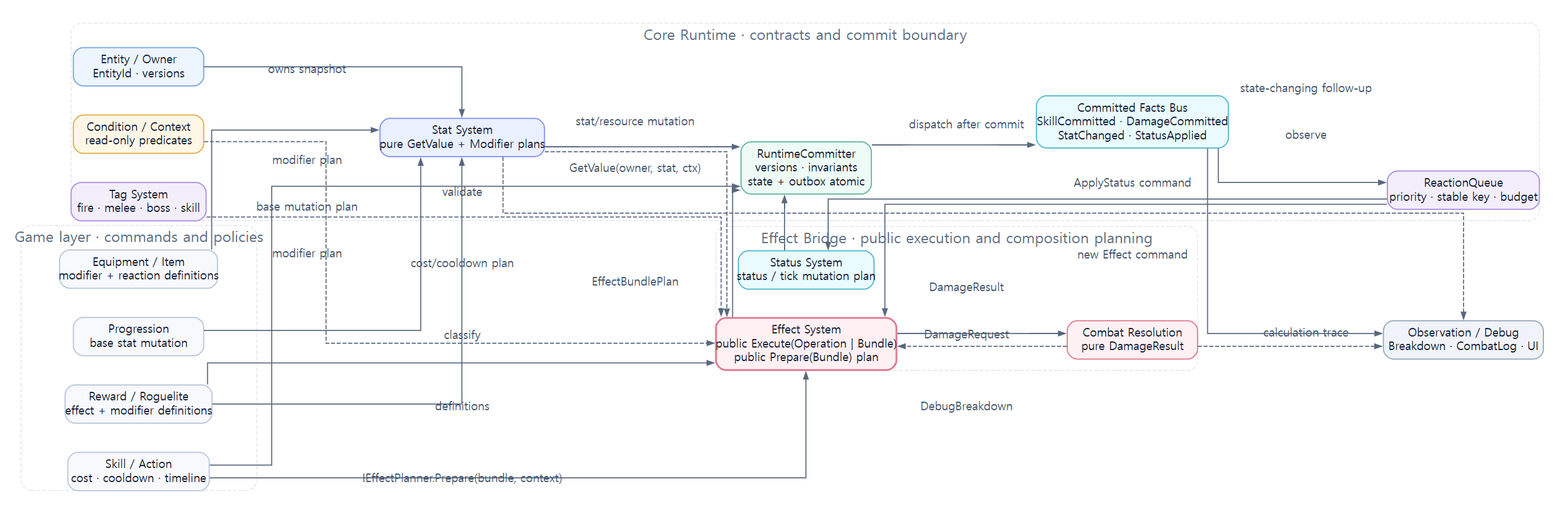
Earlier version of the Graphviz export assets/diagrams/08_stat_effect_system_map.png (JY-LemongO/game-system-framework-knowledge-site). Its source is kept beside it as source/diagrams/08_stat_effect_system_map.dot.
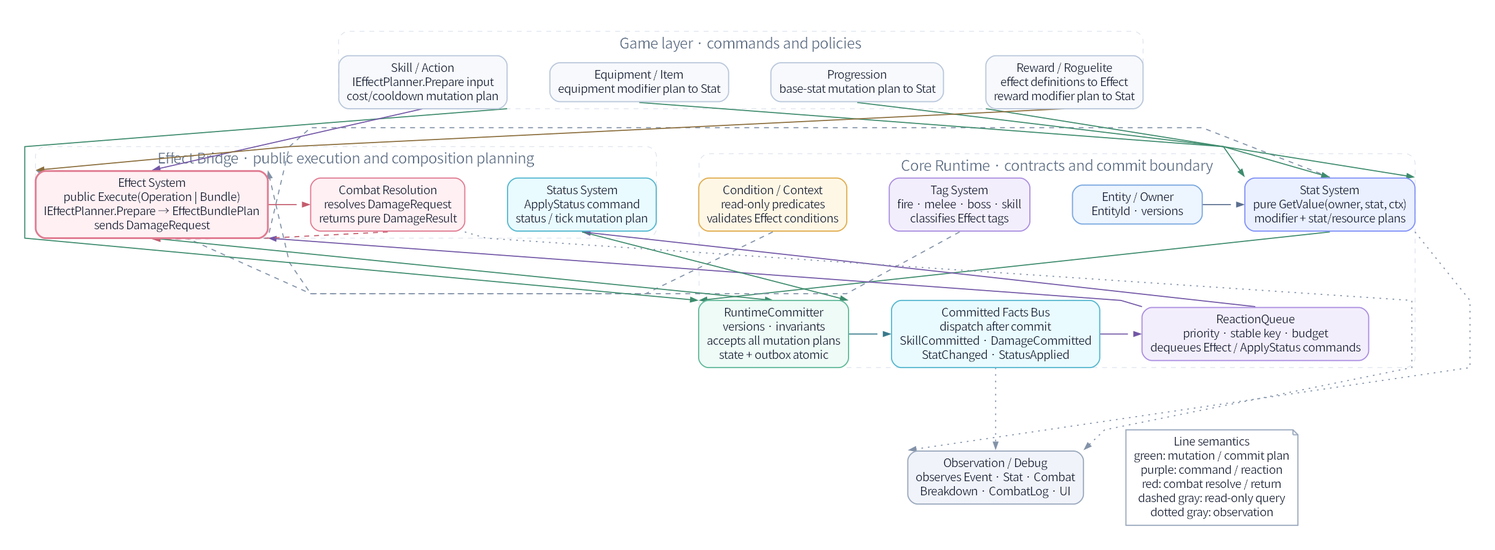
The same diagram one commit later.

The edit, as a diff of the source:
```diff
@@ -1,56 +1,61 @@
 digraph G {
-  graph [fontname="Noto Sans CJK KR", bgcolor="#ffffff", margin=0.12, pad=0.25, ranksep=0.65, nodesep=0.48];
-  node [fontname="Noto Sans CJK KR", shape=box, style="rounded,filled", color="#bac7db", penwidth=1.4, fillcolor="#ffffff", fontcolor="#182033", margin="0.14,0.09"];
-  edge [fontname="Noto Sans CJK KR", color="#59687e", fontcolor="#46566e", arrowsize=0.8, penwidth=1.3];
-  rankdir=LR;
-  splines=ortho;
+  graph [fontname="Noto Sans KR", bgcolor="#ffffff", compound=true, margin=0.12, pad=0.30, ranksep=1.05, nodesep=0.72, newrank=true, outputorder=edgesfirst, splines=polyline];
+  node [fontname="Noto Sans KR", shape=box, style="rounded,filled", color="#bac7db", penwidth=1.4, fillcolor="#ffffff", fontcolor="#182033", margin="0.14,0.09"];
+  edge [fontname="Noto Sans KR", color="#59687e", fontcolor="#46566e", fontsize=9, arrowsize=0.8, penwidth=1.3];
+  rankdir=TB;
   node [shape=box, style="rounded,filled", width=2.2, height=0.55];
 
   subgraph cluster_core {
     label="Core Runtime · contracts and commit boundary"; color="#dfe5ee"; style="rounded,dashed"; fontsize=18; fontcolor="#607086";
     Entity [label="Entity / Owner\nEntityId · versions", fillcolor="#edf5ff", color="#7aa7df"];
-    Stat [label="Stat System\npure GetValue + Modifier plans", fillcolor="#eaf0ff", color="#8292f7"];
-    Condition [label="Condition / Context\nread-only predicates", fillcolor="#fff7e6", color="#e0ad4e"];
-    Tag [label="Tag System\nfire · melee · boss · skill", fillcolor="#f3eefc", color="#ab8fe0"];
-    Commit [label="RuntimeCommitter\nversions · invariants\nstate + outbox atomic", fillcolor="#eefbf6", color="#61b99a"];
-    Event [label="Committed Facts Bus\nSkillCommitted · DamageCommitted\nStatChanged · StatusApplied", fillcolor="#e9fbff", color="#54b7cf"];
-    Reaction [label="ReactionQueue\npriority · stable key · budget", fillcolor="#f3eefc", color="#ab8fe0"];
+    Stat [label="Stat System\npure GetValue(owner, stat, ctx)\nmodifier + stat/resource plans", fillcolor="#eaf0ff", color="#8292f7"];
+    Condition [label="Condition / Context\nread-only predicates\nvalidates Effect conditions", fillcolor="#fff7e6", color="#e0ad4e"];
+    Tag [label="Tag System\nfire · melee · boss · skill\nclassifies Effect tags", fillcolor="#f3eefc", color="#ab8fe0"];
+    Commit [label="RuntimeCommitter\nversions · invariants\naccepts all mutation plans\nstate + outbox atomic", fillcolor="#eefbf6", color="#61b99a"];
+    Event [label="Committed Facts Bus\ndispatch after commit\nSkillCommitted · DamageCommitted\nStatChanged · StatusApplied", fillcolor="#e9fbff", color="#54b7cf"];
+    Reaction [label="ReactionQueue\npriority · stable key · budget\ndequeues Effect / ApplyStatus commands", fillcolor="#f3eefc", color="#ab8fe0"];
+    { rank=same; Entity; Stat; Condition; Tag; }
+    { rank=same; Commit; Event; Reaction; }
   }
   subgraph cluster_bridge {
     label="Effect Bridge · public execution and composition planning"; color="#dfe5ee"; style="rounded,dashed"; fontsize=18; fontcolor="#607086";
-    Effect [label="Effect System\npublic Execute(Operation | Bundle)\npublic Prepare(Bundle) plan", fillcolor="#fff0f3", color="#e07b91", penwidth=2.2];
-    Combat [label="Combat Resolution\npure DamageResult", fillcolor="#fff0f3", color="#e07b91"];
-    Status [label="Status System\nstatus / tick mutation plan", fillcolor="#e9fbff", color="#54b7cf"];
+    Effect [label="Effect System\npublic Execute(Operation | Bundle)\nIEffectPlanner.Prepare → EffectBundlePlan\nsends DamageRequest", fillcolor="#fff0f3", color="#e07b91", penwidth=2.2];
+    Combat [label="Combat Resolution\nresolves DamageRequest\nreturns pure DamageResult", fillcolor="#fff0f3", color="#e07b91"];
+    Status [label="Status System\nApplyStatus command\nstatus / tick mutation plan", fillcolor="#e9fbff", color="#54b7cf"];
+    { rank=same; Effect; Combat; Status; }
   }
   subgraph cluster_game {
     label="Game layer · commands and policies"; color="#dfe5ee"; style="rounded,dashed"; fontsize=18; fontcolor="#607086";
-    Skill [label="Skill / Action\ncost · cooldown · timeline", fillcolor="#f7f9fc"];
-    Equipment [label="Equipment / Item\nmodifier + reaction definitions", fillcolor="#f7f9fc"];
-    Progression [label="Progression\nbase stat mutation", fillcolor="#f7f9fc"];
-    Reward [label="Reward / Roguelite\neffect + modifier definitions", fillcolor="#f7f9fc"];
+    Skill [label="Skill / Action\nIEffectPlanner.Prepare input\ncost/cooldown mutation plan", fillcolor="#f7f9fc"];
+    Equipment [label="Equipment / Item\nequipment modifier plan to Stat", fillcolor="#f7f9fc"];
+    Progression [label="Progression\nbase-stat mutation plan to Stat", fillcolor="#f7f9fc"];
+    Reward [label="Reward / Roguelite\neffect definitions to Effect\nreward modifier plan to Stat", fillcolor="#f7f9fc"];
+    { rank=same; Skill; Equipment; Progression; Reward; }
   }
-  Debug [label="Observation / Debug\nBreakdown · CombatLog · UI", fillcolor="#f0f3f9", color="#99a8bd"];
+  Debug [label="Observation / Debug\nobserves Event · Stat · Combat\nBreakdown · CombatLog · UI", fillcolor="#f0f3f9", color="#99a8bd"];
+  Legend [shape=note, label="Line semantics\ngreen: mutation / commit plan\npurple: command / reaction\nred: combat resolve / return\ndashed gray: read-only query\ndotted gray: observation", fillcolor="#ffffff", color="#99a8bd"];
+  { rank=same; Debug; Legend; }
 
-  Entity -> Stat [label="owns snapshot"];
-  Stat -> Effect [label="GetValue(owner, stat, ctx)", style=dashed];
-  Condition -> Effect [label="validate", style=dashed];
-  Tag -> Effect [label="classify", style=dashed];
-  Skill -> Effect [label="IEffectPlanner.Prepare(bundle, context)"];
-  Effect -> Combat [label="DamageRequest"];
-  Combat -> Effect [label="DamageResult", style=dashed];
-  Skill -> Commit [label="cost/cooldown plan"];
-  Effect -> Commit [label="EffectBundlePlan"];
-  Status -> Commit [label="status/tick plan"];
-  Equipment -> Stat [label="modifier plan"];
-  Progression -> Stat [label="base mutation plan"];
-  Reward -> Effect [label="definitions"];
-  Reward -> Stat [label="modifier plan"];
-  Stat -> Commit [label="stat/resource mutation"];
-  Commit -> Event [label="dispatch after commit"];
-  Event -> Reaction [label="state-changing follow-up"];
-  Reaction -> Effect [label="new Effect command"];
-  Reaction -> Status [label="ApplyStatus command"];
-  Event -> Debug [label="observe"];
-  Stat -> Debug [label="DebugBreakdown", style=dashed];
-  Combat -> Debug [label="calculation trace", style=dashed];
+  Entity:e -> Stat:w [color="#5B6F8F"];
+  Stat:n -> Effect:s [color="#8292a8" constraint=false style=dashed];
+  Condition:s -> Effect:nw [color="#8292a8" constraint=false style=dashed];
+  Tag:s -> Effect:ne [color="#8292a8" constraint=false style=dashed];
+  Skill:s -> Effect:n [color="#7257A6"];
+  Effect:e -> Combat:w [color="#C45C6D"];
+  Combat:s -> Effect:s [color="#C45C6D" constraint=false style=dashed];
+  Skill:se -> Commit:nw [color="#3D8B6D"];
+  Effect:s -> Commit:n [color="#3D8B6D"];
+  Status:s -> Commit:ne [color="#3D8B6D"];
+  Equipment:s -> Stat:nw [color="#3D8B6D"];
+  Progression:s -> Stat:n [color="#3D8B6D"];
+  Reward:s -> Effect:nw [color="#8A6D3B"];
+  Reward:sw -> Stat:ne [color="#3D8B6D"];
+  Stat:s -> Commit:nw [color="#3D8B6D"];
+  Commit:e -> Event:w [color="#397B8C"];
+  Event:e -> Reaction:w [color="#7257A6"];
+  Reaction:nw -> Effect:se [color="#7257A6" constraint=false];
+  Reaction:n -> Status:s [color="#7257A6" constraint=false];
+  Event:s -> Debug:n [color="#8292a8" style=dotted];
+  Stat:se -> Debug:nw [color="#8292a8" constraint=false style=dotted];
+  Combat:se -> Debug:ne [color="#8292a8" constraint=false style=dotted];
 }
```
